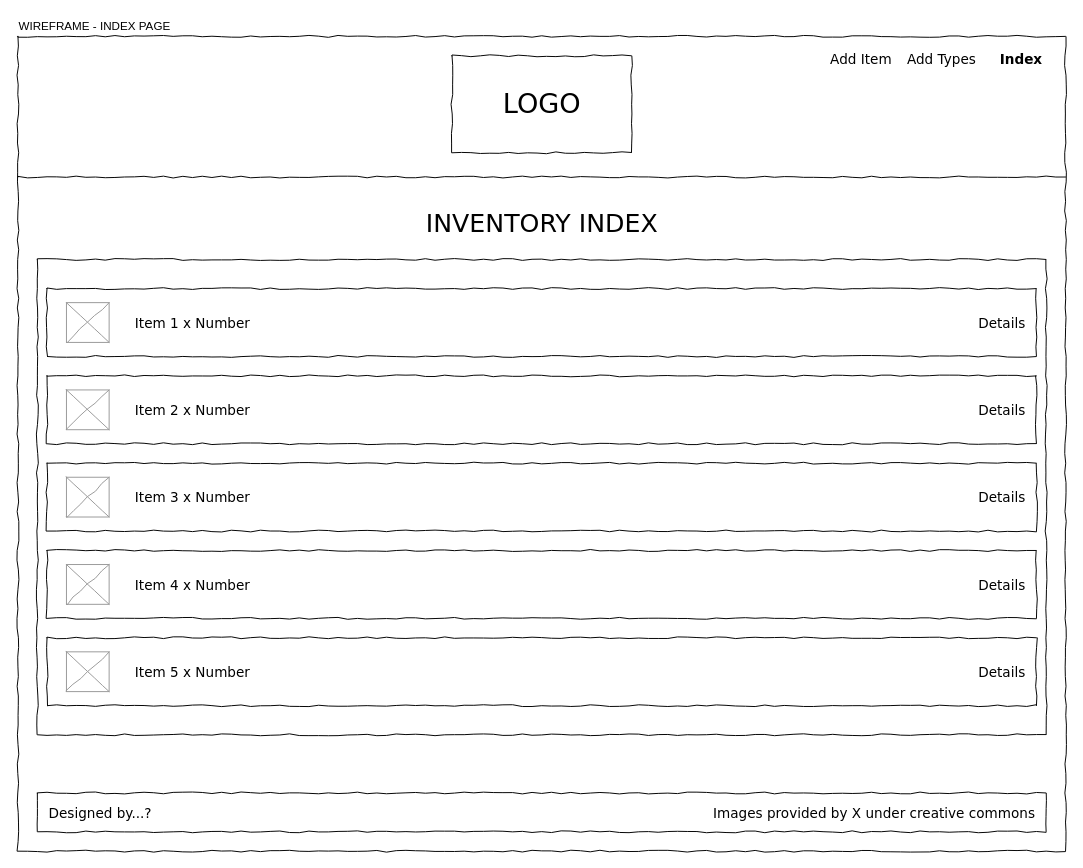
joshua-gibson/adventurer_shop keeps this draw.io diagram as page "INDEX PAGE" (1 of 4) of documents/wireframe.drawio. Above is the earlier version. Source tidied: cells renumbered, new cells numbered last; positions are measured from the earlier drawing's top-left corner, leaving out a move shared by most shapes. Both pictures are drawn from the tidied source at 97%, with x=0, y=0 at pixel (16, 16).
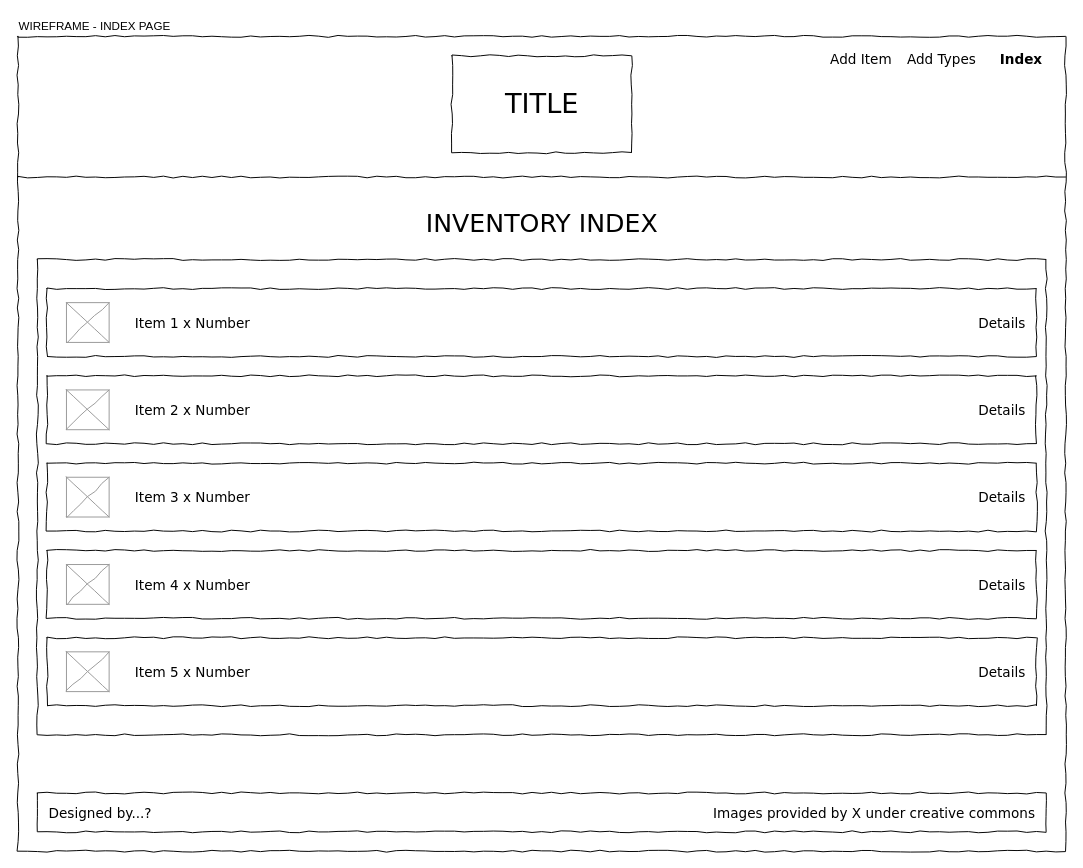
After the change.

What changed in the source:
```diff
@@
-    <mxCell id="3" value="LOGO" style="whiteSpace=wrap;html=1;rounded=0;shadow=0;labelBackgroundColor=none;strokeColor=#000000;strokeWidth=1;fillColor=#ffffff;fontFamily=Verdana;fontSize=28;fontColor=#000000;align=center;comic=1;" parent="1" vertex="1">
+    <mxCell id="3" value="TITLE" style="whiteSpace=wrap;html=1;rounded=0;shadow=0;labelBackgroundColor=none;strokeColor=#000000;strokeWidth=1;fillColor=#ffffff;fontFamily=Verdana;fontSize=28;fontColor=#000000;align=center;comic=1;" parent="1" vertex="1">
       <mxGeometry x="448.5" y="40" width="185" height="100" as="geometry" />
     </mxCell>
```
